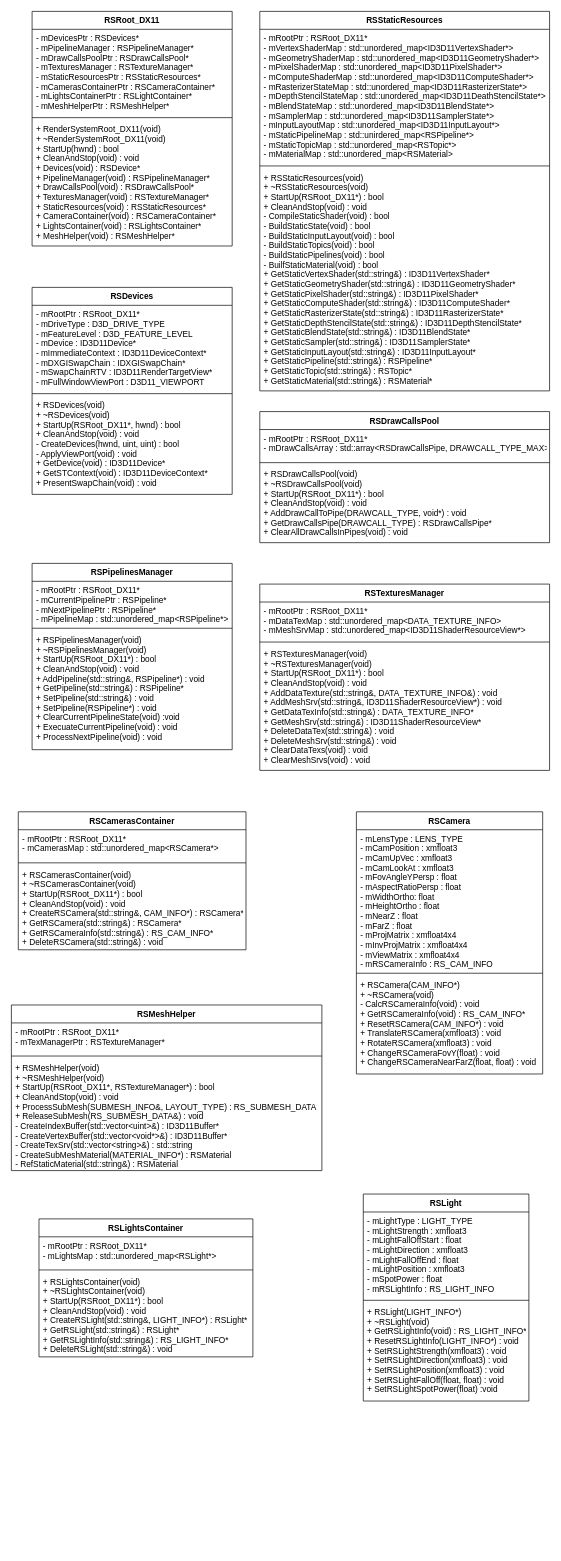
Earlier version of the draw.io diagram page "Root" (4 of 5) of Render.drawio (HIBICUS-CAI/PreWorkRenderEngine). Source tidied: cells renumbered, new cells numbered last; positions are measured from the earlier drawing's top-left corner, leaving out a move shared by most shapes. Both pictures are drawn from the tidied source at 69%, with x=0, y=0 at pixel (11, 11).
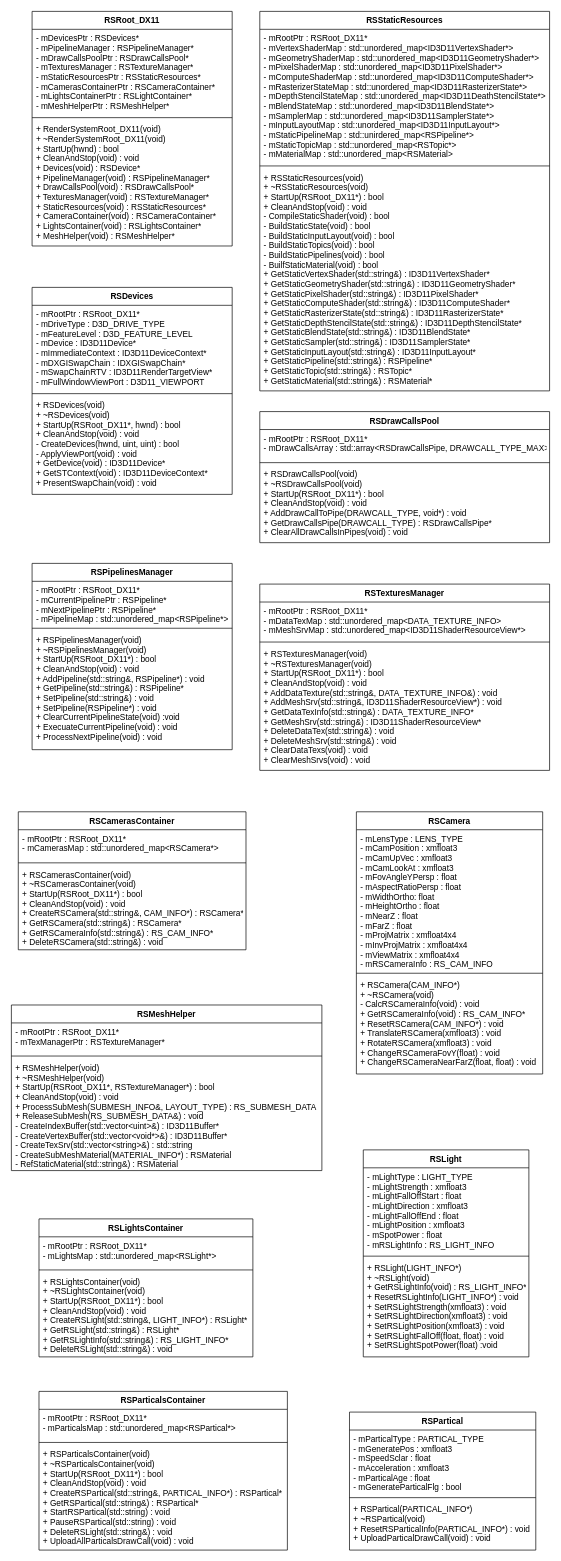
The same page after the edit.

Commit message:
准备着手进行粒子系统开发

The edit, as a diff of the source:
```diff
@@
     <mxCell id="42" value="RSLight" style="swimlane;fontStyle=1;align=center;verticalAlign=top;horizontal=1;startSize=26;" parent="1" vertex="1">
-      <mxGeometry x="510" y="1714" width="240" height="300" as="geometry" />
+      <mxGeometry x="510" y="1650" width="240" height="300" as="geometry" />
     </mxCell>
@@
+    <mxCell id="46" value="RSParticalsContainer" style="swimlane;fontStyle=1;align=center;verticalAlign=top;horizontal=1;startSize=26;" parent="1" vertex="1">
+      <mxGeometry x="40" y="2000" width="360" height="230" as="geometry" />
+    </mxCell>
+    <mxCell id="47" value="- mRootPtr : RSRoot_DX11*&#10;- mParticalsMap : std::unordered_map&lt;RSPartical*&gt;" style="text;strokeColor=none;fillColor=none;align=left;verticalAlign=top;spacingLeft=4;spacingRight=4;overflow=hidden;" parent="46" vertex="1">
+      <mxGeometry y="26" width="360" height="44" as="geometry" />
+    </mxCell>
+    <mxCell id="48" style="line;strokeWidth=1;fillColor=none;align=left;verticalAlign=middle;spacingTop=-1;spacingLeft=3;spacingRight=3;labelPosition=right;" parent="46" vertex="1">
+      <mxGeometry y="70" width="360" height="8" as="geometry" />
+    </mxCell>
+    <mxCell id="49" value="+ RSParticalsContainer(void)&#10;+ ~RSParticalsContainer(void)&#10;+ StartUp(RSRoot_DX11*) : bool&#10;+ CleanAndStop(void) : void&#10;+ CreateRSPartical(std::string&amp;, PARTICAL_INFO*) : RSPartical*&#10;+ GetRSPartical(std::string&amp;) : RSPartical*&#10;+ StartRSPartical(std::string) : void&#10;+ PauseRSPartical(std::string) : void&#10;+ DeleteRSLight(std::string&amp;) : void&#10;+ UploadAllParticalsDrawCall(void) : void" style="text;strokeColor=none;fillColor=none;align=left;verticalAlign=top;spacingLeft=4;spacingRight=4;overflow=hidden;" parent="46" vertex="1">
+      <mxGeometry y="78" width="360" height="152" as="geometry" />
+    </mxCell>
+    <mxCell id="50" value="RSPartical" style="swimlane;fontStyle=1;align=center;verticalAlign=top;horizontal=1;startSize=26;" parent="1" vertex="1">
+      <mxGeometry x="490" y="2030" width="270" height="200" as="geometry" />
+    </mxCell>
+    <mxCell id="51" value="- mParticalType : PARTICAL_TYPE&#10;- mGeneratePos : xmfloat3&#10;- mSpeedSclar : float&#10;- mAcceleration : xmfloat3&#10;- mParticalAge : float&#10;- mGenerateParticalFlg : bool" style="text;strokeColor=none;fillColor=none;align=left;verticalAlign=top;spacingLeft=4;spacingRight=4;overflow=hidden;" parent="50" vertex="1">
+      <mxGeometry y="26" width="270" height="94" as="geometry" />
+    </mxCell>
+    <mxCell id="52" style="line;strokeWidth=1;fillColor=none;align=left;verticalAlign=middle;spacingTop=-1;spacingLeft=3;spacingRight=3;labelPosition=right;" parent="50" vertex="1">
+      <mxGeometry y="120" width="270" height="8" as="geometry" />
+    </mxCell>
+    <mxCell id="53" value="+ RSPartical(PARTICAL_INFO*)&#10;+ ~RSPartical(void)&#10;+ ResetRSParticalInfo(PARTICAL_INFO*) : void&#10;+ UploadParticalDrawCall(void) : void" style="text;strokeColor=none;fillColor=none;align=left;verticalAlign=top;spacingLeft=4;spacingRight=4;overflow=hidden;" parent="50" vertex="1">
+      <mxGeometry y="128" width="270" height="72" as="geometry" />
+    </mxCell>
```
